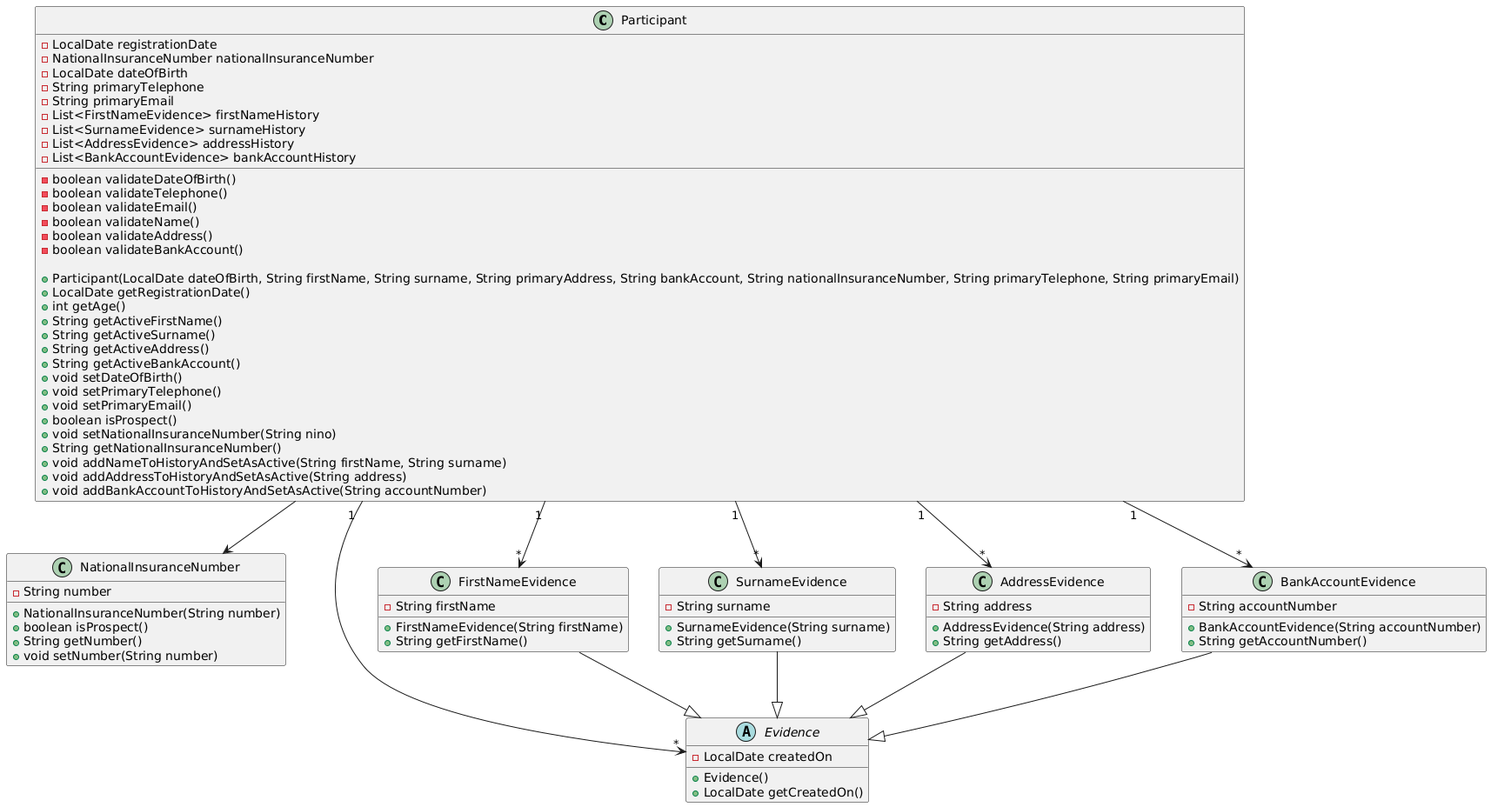
abitabir/BenefitsApplyTool keeps this PlantUML diagram as BenefitsApplyTool/src/main/java/com/ssp/benefitsapplytool/resources/ClassUMLDiagram.png. Above is the earlier version. Source of this version:
```plantuml
@startuml
class Participant {
    - LocalDate registrationDate
    - NationalInsuranceNumber nationalInsuranceNumber
    - LocalDate dateOfBirth
    - String primaryTelephone
    - String primaryEmail
    - List<FirstNameEvidence> firstNameHistory
    - List<SurnameEvidence> surnameHistory
    - List<AddressEvidence> addressHistory
    - List<BankAccountEvidence> bankAccountHistory
    - boolean validateDateOfBirth()
    - boolean validateTelephone()
    - boolean validateEmail()
    - boolean validateName()
    - boolean validateAddress()
    - boolean validateBankAccount()

    + Participant(LocalDate dateOfBirth, String firstName, String surname, String primaryAddress, String bankAccount, String nationalInsuranceNumber, String primaryTelephone, String primaryEmail)
    + LocalDate getRegistrationDate()
    + int getAge()
    + String getActiveFirstName()
    + String getActiveSurname()
    + String getActiveAddress()
    + String getActiveBankAccount()
    + void setDateOfBirth()
    + void setPrimaryTelephone()
    + void setPrimaryEmail()
    + boolean isProspect()
    + void setNationalInsuranceNumber(String nino)
    + String getNationalInsuranceNumber()
    + void addNameToHistoryAndSetAsActive(String firstName, String surname)
    + void addAddressToHistoryAndSetAsActive(String address)
    + void addBankAccountToHistoryAndSetAsActive(String accountNumber)
}

class NationalInsuranceNumber {
    - String number

    + NationalInsuranceNumber(String number)
    + boolean isProspect()
    + String getNumber()
    + void setNumber(String number)
}

abstract class Evidence {
    - LocalDate createdOn

    + Evidence()
    + LocalDate getCreatedOn()
}

class FirstNameEvidence {
    - String firstName

    + FirstNameEvidence(String firstName)
    + String getFirstName()
}

class SurnameEvidence {
    - String surname

    + SurnameEvidence(String surname)
    + String getSurname()
}

class AddressEvidence {
    - String address

    + AddressEvidence(String address)
    + String getAddress()
}

class BankAccountEvidence {
    - String accountNumber

    + BankAccountEvidence(String accountNumber)
    + String getAccountNumber()
}

Participant --> NationalInsuranceNumber
Participant "1" --> "*" Evidence
Participant "1" --> "*" FirstNameEvidence
Participant "1" --> "*" SurnameEvidence
Participant "1" --> "*" AddressEvidence
Participant "1" --> "*" BankAccountEvidence
FirstNameEvidence --|> Evidence
SurnameEvidence --|> Evidence
AddressEvidence --|> Evidence
BankAccountEvidence --|> Evidence
@enduml
```
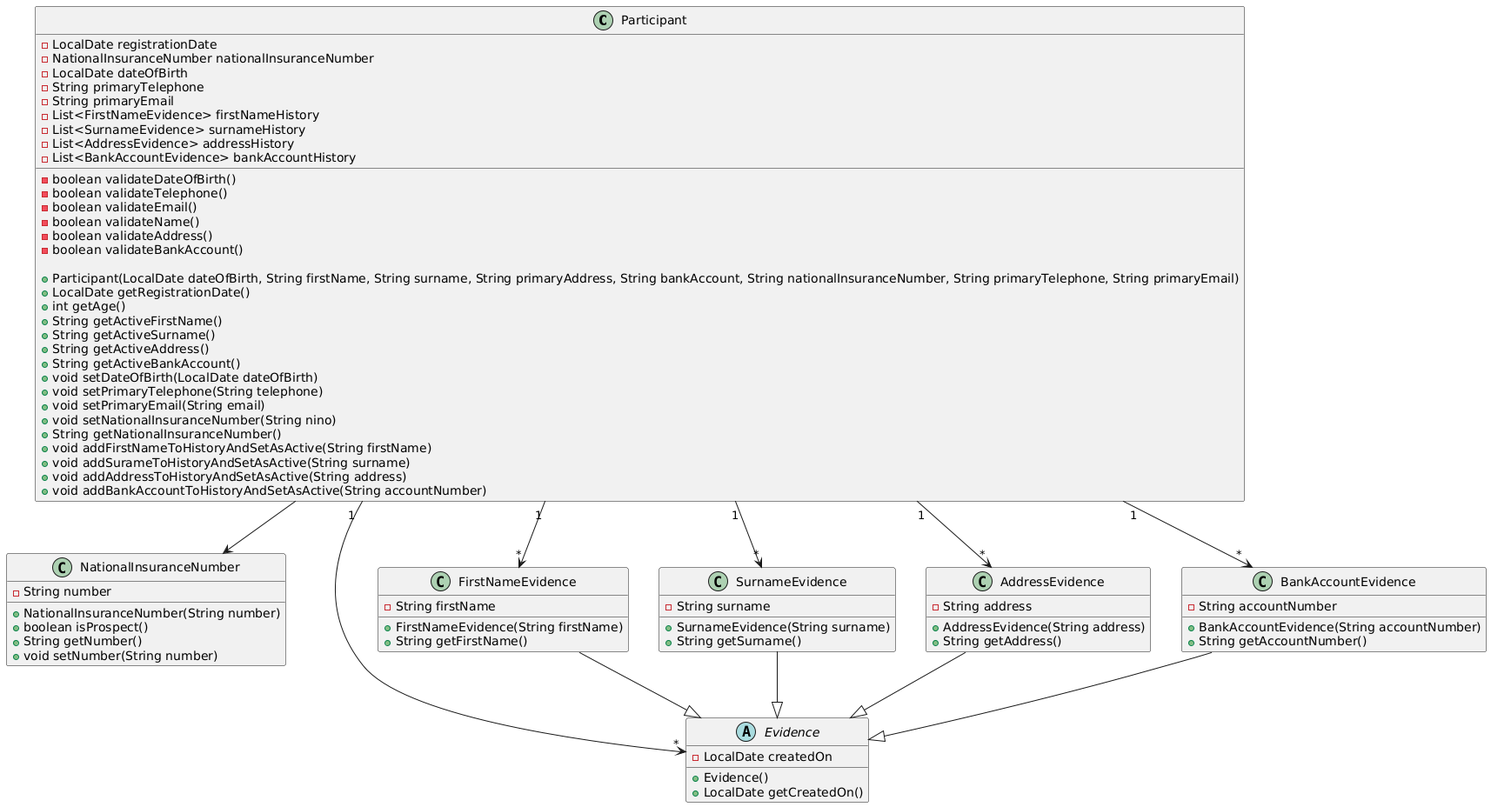
Above is the later version.

What changed in the source:
```diff
@@ -23,13 +23,13 @@
     + String getActiveSurname()
     + String getActiveAddress()
     + String getActiveBankAccount()
-    + void setDateOfBirth()
-    + void setPrimaryTelephone()
-    + void setPrimaryEmail()
-    + boolean isProspect()
+    + void setDateOfBirth(LocalDate dateOfBirth)
+    + void setPrimaryTelephone(String telephone)
+    + void setPrimaryEmail(String email)
     + void setNationalInsuranceNumber(String nino)
     + String getNationalInsuranceNumber()
-    + void addNameToHistoryAndSetAsActive(String firstName, String surname)
+    + void addFirstNameToHistoryAndSetAsActive(String firstName)
+    + void addSurameToHistoryAndSetAsActive(String surname)
     + void addAddressToHistoryAndSetAsActive(String address)
     + void addBankAccountToHistoryAndSetAsActive(String accountNumber)
 }
```
